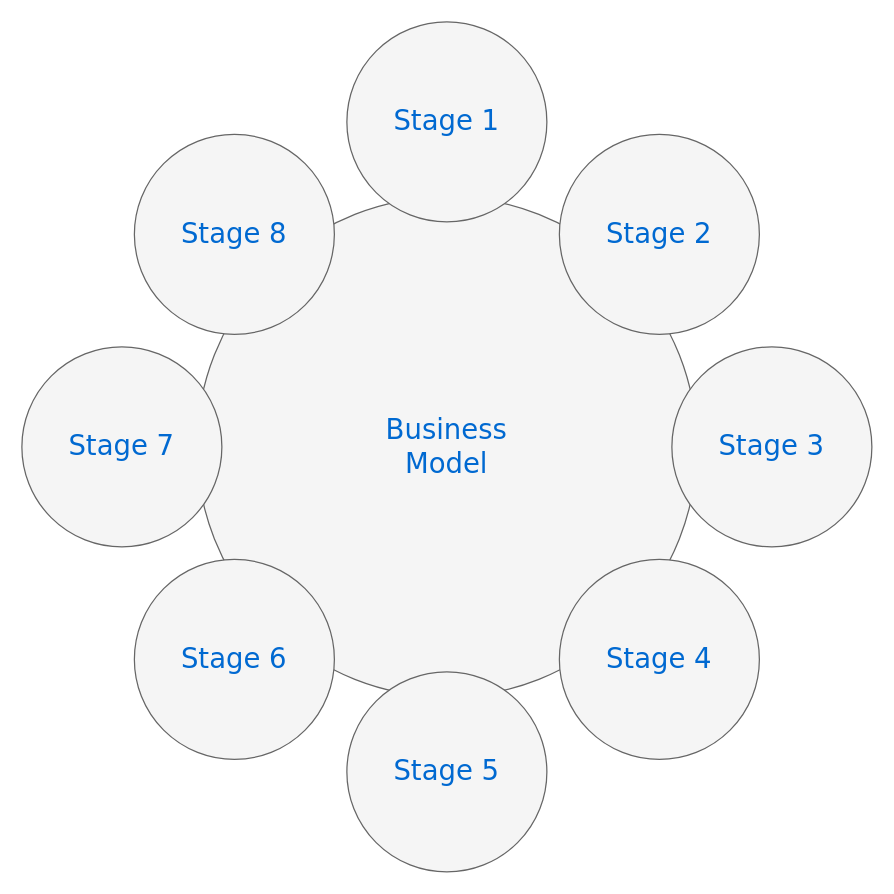
bubblecup/webserverfunds keeps this draw.io diagram as STD.drawio. Above is the earlier version. Source tidied: cells renumbered, new cells numbered last; positions are measured from the earlier drawing's top-left corner, leaving out a move shared by most shapes. Both pictures are drawn from the tidied source at 125%, with x=0, y=0 at pixel (21, 21).
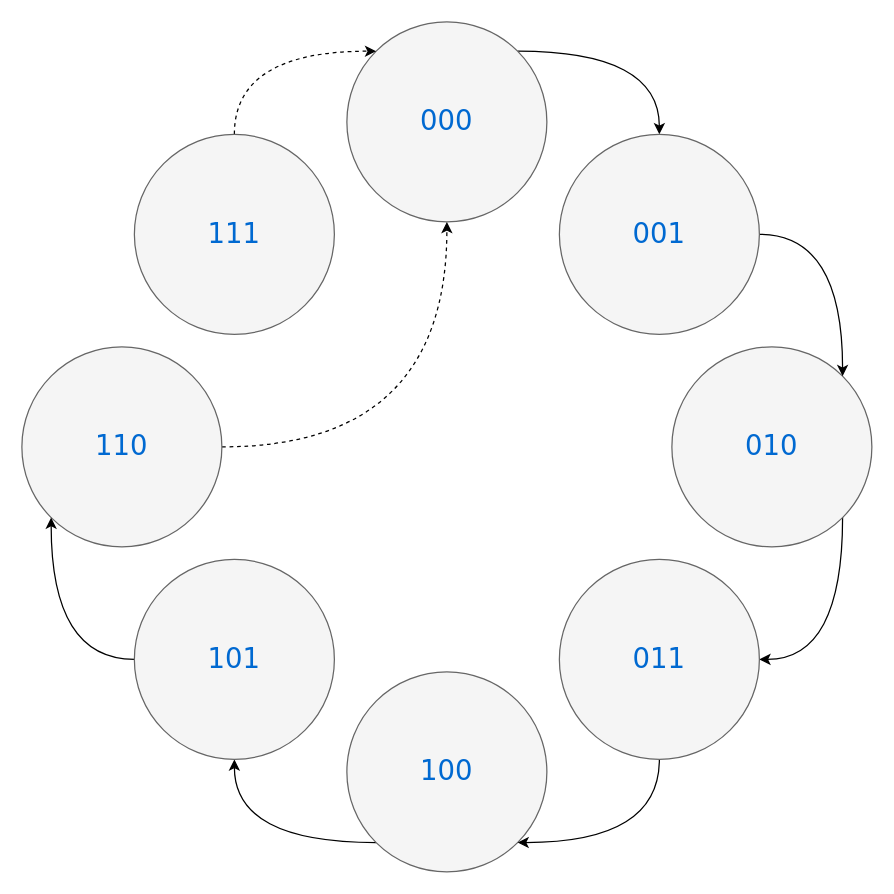
The same diagram, later.

What changed in the source:
```diff
@@
 <mxGraphModel background="#ffffff">
   <root>
     <mxCell id="0" />
     <mxCell id="1" parent="0" />
-    <mxCell id="2" value="Business&lt;div&gt;Model&lt;/div&gt;" style="ellipse;whiteSpace=wrap;html=1;rounded=0;shadow=0;dashed=0;comic=0;fontFamily=Verdana;fontSize=22;fontColor=#0069D1;fillColor=#f5f5f5;strokeColor=#666666;" parent="1" vertex="1">
-      <mxGeometry x="140" y="140" width="400" height="400" as="geometry" />
-    </mxCell>
+    <mxCell id="11" style="edgeStyle=orthogonalEdgeStyle;curved=1;jettySize=auto;html=1;exitX=1;exitY=0;exitDx=0;exitDy=0;entryX=0.5;entryY=0;entryDx=0;entryDy=0;" parent="1" edge="1" source="3" target="8">
+      <mxGeometry relative="1" as="geometry" />
+    </mxCell>
-    <mxCell id="3" value="Stage 1" style="ellipse;whiteSpace=wrap;html=1;rounded=0;shadow=0;dashed=0;comic=0;fontFamily=Verdana;fontSize=22;fontColor=#0069D1;fillColor=#f5f5f5;strokeColor=#666666;" parent="1" vertex="1">
+    <mxCell id="3" value="000" style="ellipse;whiteSpace=wrap;html=1;rounded=0;shadow=0;dashed=0;comic=0;fontFamily=Verdana;fontSize=22;fontColor=#0069D1;fillColor=#f5f5f5;strokeColor=#666666;" parent="1" vertex="1">
       <mxGeometry x="260" width="160" height="160" as="geometry" />
     </mxCell>
+    <mxCell id="12" style="edgeStyle=orthogonalEdgeStyle;curved=1;jettySize=auto;html=1;exitX=0;exitY=1;exitDx=0;exitDy=0;entryX=0.5;entryY=1;entryDx=0;entryDy=0;" parent="1" edge="1" source="4" target="10">
+      <mxGeometry relative="1" as="geometry" />
+    </mxCell>
-    <mxCell id="4" value="Stage 5" style="ellipse;whiteSpace=wrap;html=1;rounded=0;shadow=0;dashed=0;comic=0;fontFamily=Verdana;fontSize=22;fontColor=#0069D1;fillColor=#f5f5f5;strokeColor=#666666;" parent="1" vertex="1">
+    <mxCell id="4" value="100" style="ellipse;whiteSpace=wrap;html=1;rounded=0;shadow=0;dashed=0;comic=0;fontFamily=Verdana;fontSize=22;fontColor=#0069D1;fillColor=#f5f5f5;strokeColor=#666666;" parent="1" vertex="1">
       <mxGeometry x="260" y="520" width="160" height="160" as="geometry" />
     </mxCell>
+    <mxCell id="13" style="edgeStyle=orthogonalEdgeStyle;curved=1;jettySize=auto;html=1;exitX=1;exitY=1;exitDx=0;exitDy=0;entryX=1;entryY=0.5;entryDx=0;entryDy=0;" parent="1" edge="1" source="5" target="9">
+      <mxGeometry relative="1" as="geometry" />
+    </mxCell>
-    <mxCell id="5" value="Stage 3" style="ellipse;whiteSpace=wrap;html=1;rounded=0;shadow=0;dashed=0;comic=0;fontFamily=Verdana;fontSize=22;fontColor=#0069D1;fillColor=#f5f5f5;strokeColor=#666666;" parent="1" vertex="1">
+    <mxCell id="5" value="010" style="ellipse;whiteSpace=wrap;html=1;rounded=0;shadow=0;dashed=0;comic=0;fontFamily=Verdana;fontSize=22;fontColor=#0069D1;fillColor=#f5f5f5;strokeColor=#666666;" parent="1" vertex="1">
       <mxGeometry x="520" y="260" width="160" height="160" as="geometry" />
     </mxCell>
+    <mxCell id="14" style="edgeStyle=orthogonalEdgeStyle;curved=1;jettySize=auto;html=1;exitX=1;exitY=0.5;exitDx=0;exitDy=0;entryX=0.5;entryY=1;entryDx=0;entryDy=0;dashed=1;" parent="1" edge="1" source="6" target="3">
+      <mxGeometry relative="1" as="geometry" />
+    </mxCell>
-    <mxCell id="6" value="Stage 7" style="ellipse;whiteSpace=wrap;html=1;rounded=0;shadow=0;dashed=0;comic=0;fontFamily=Verdana;fontSize=22;fontColor=#0069D1;fillColor=#f5f5f5;strokeColor=#666666;" parent="1" vertex="1">
+    <mxCell id="6" value="110" style="ellipse;whiteSpace=wrap;html=1;rounded=0;shadow=0;dashed=0;comic=0;fontFamily=Verdana;fontSize=22;fontColor=#0069D1;fillColor=#f5f5f5;strokeColor=#666666;" parent="1" vertex="1">
       <mxGeometry y="260" width="160" height="160" as="geometry" />
     </mxCell>
+    <mxCell id="15" style="edgeStyle=orthogonalEdgeStyle;curved=1;jettySize=auto;html=1;exitX=0.5;exitY=0;exitDx=0;exitDy=0;entryX=0;entryY=0;entryDx=0;entryDy=0;dashed=1;" parent="1" edge="1" source="7" target="3">
+      <mxGeometry relative="1" as="geometry" />
+    </mxCell>
-    <mxCell id="7" value="Stage 8" style="ellipse;whiteSpace=wrap;html=1;rounded=0;shadow=0;dashed=0;comic=0;fontFamily=Verdana;fontSize=22;fontColor=#0069D1;fillColor=#f5f5f5;strokeColor=#666666;" parent="1" vertex="1">
+    <mxCell id="7" value="111" style="ellipse;whiteSpace=wrap;html=1;rounded=0;shadow=0;dashed=0;comic=0;fontFamily=Verdana;fontSize=22;fontColor=#0069D1;fillColor=#f5f5f5;strokeColor=#666666;" parent="1" vertex="1">
       <mxGeometry x="90" y="90" width="160" height="160" as="geometry" />
     </mxCell>
+    <mxCell id="16" style="edgeStyle=orthogonalEdgeStyle;curved=1;jettySize=auto;html=1;exitX=1;exitY=0.5;exitDx=0;exitDy=0;entryX=1;entryY=0;entryDx=0;entryDy=0;" parent="1" edge="1" source="8" target="5">
+      <mxGeometry relative="1" as="geometry" />
+    </mxCell>
-    <mxCell id="8" value="Stage 2" style="ellipse;whiteSpace=wrap;html=1;rounded=0;shadow=0;dashed=0;comic=0;fontFamily=Verdana;fontSize=22;fontColor=#0069D1;fillColor=#f5f5f5;strokeColor=#666666;" parent="1" vertex="1">
+    <mxCell id="8" value="001" style="ellipse;whiteSpace=wrap;html=1;rounded=0;shadow=0;dashed=0;comic=0;fontFamily=Verdana;fontSize=22;fontColor=#0069D1;fillColor=#f5f5f5;strokeColor=#666666;" parent="1" vertex="1">
       <mxGeometry x="430" y="90" width="160" height="160" as="geometry" />
     </mxCell>
+    <mxCell id="17" style="edgeStyle=orthogonalEdgeStyle;curved=1;jettySize=auto;html=1;exitX=0.5;exitY=1;exitDx=0;exitDy=0;entryX=1;entryY=1;entryDx=0;entryDy=0;" parent="1" edge="1" source="9" target="4">
+      <mxGeometry relative="1" as="geometry" />
+    </mxCell>
-    <mxCell id="9" value="Stage 4" style="ellipse;whiteSpace=wrap;html=1;rounded=0;shadow=0;dashed=0;comic=0;fontFamily=Verdana;fontSize=22;fontColor=#0069D1;fillColor=#f5f5f5;strokeColor=#666666;" parent="1" vertex="1">
+    <mxCell id="9" value="011" style="ellipse;whiteSpace=wrap;html=1;rounded=0;shadow=0;dashed=0;comic=0;fontFamily=Verdana;fontSize=22;fontColor=#0069D1;fillColor=#f5f5f5;strokeColor=#666666;" parent="1" vertex="1">
       <mxGeometry x="430" y="430" width="160" height="160" as="geometry" />
     </mxCell>
+    <mxCell id="18" style="edgeStyle=orthogonalEdgeStyle;curved=1;jettySize=auto;html=1;exitX=0;exitY=0.5;exitDx=0;exitDy=0;entryX=0;entryY=1;entryDx=0;entryDy=0;" parent="1" edge="1" source="10" target="6">
+      <mxGeometry relative="1" as="geometry" />
+    </mxCell>
-    <mxCell id="10" value="Stage 6" style="ellipse;whiteSpace=wrap;html=1;rounded=0;shadow=0;dashed=0;comic=0;fontFamily=Verdana;fontSize=22;fontColor=#0069D1;fillColor=#f5f5f5;strokeColor=#666666;" parent="1" vertex="1">
+    <mxCell id="10" value="101" style="ellipse;whiteSpace=wrap;html=1;rounded=0;shadow=0;dashed=0;comic=0;fontFamily=Verdana;fontSize=22;fontColor=#0069D1;fillColor=#f5f5f5;strokeColor=#666666;" parent="1" vertex="1">
       <mxGeometry x="90" y="430" width="160" height="160" as="geometry" />
     </mxCell>
   </root>
 </mxGraphModel>
```
